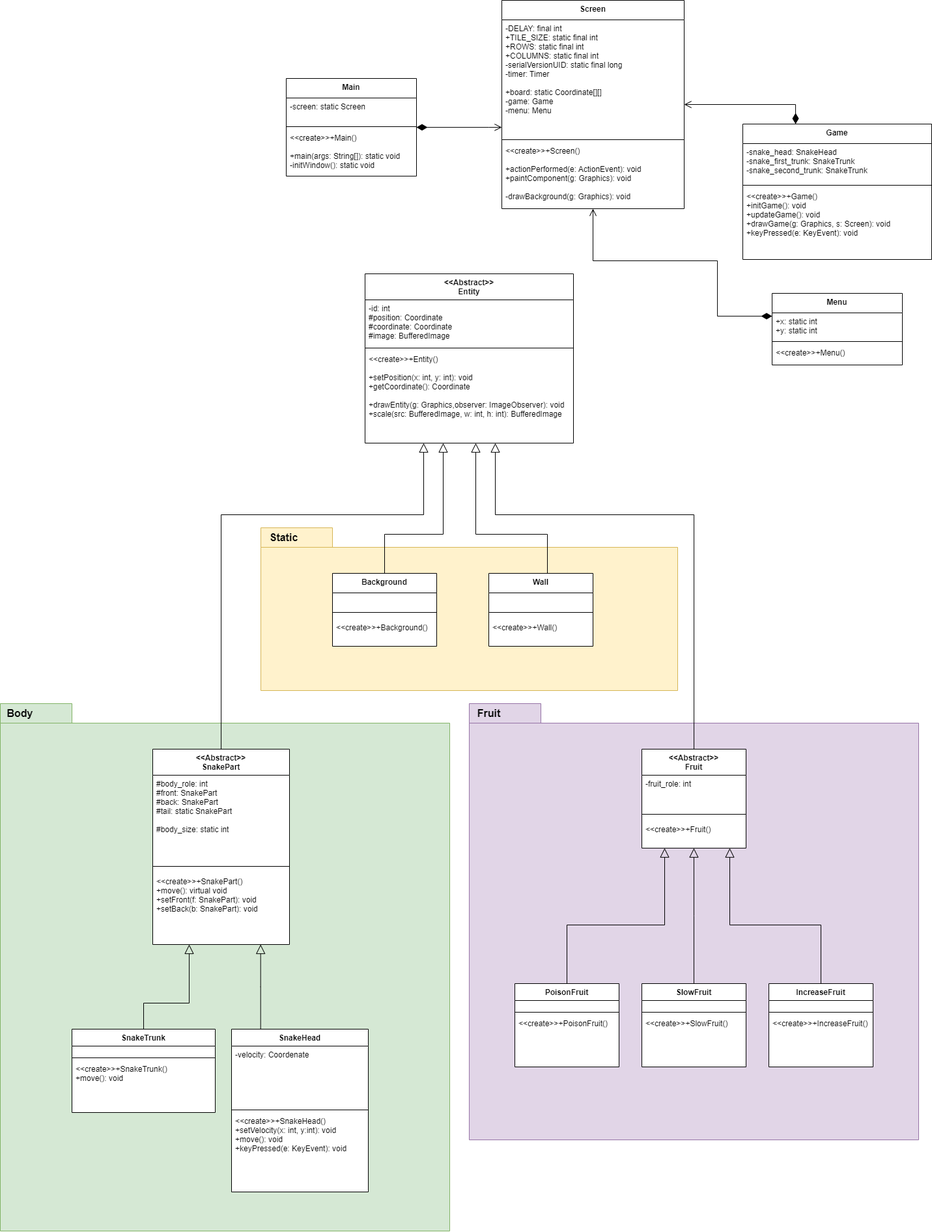
Earlier version of the draw.io export snake-game-uml.drawio.png (daniapc/snake-game). Source tidied: cells renumbered, new cells last; positions are measured from the earlier drawing's top-left corner, leaving out a move shared by most shapes.
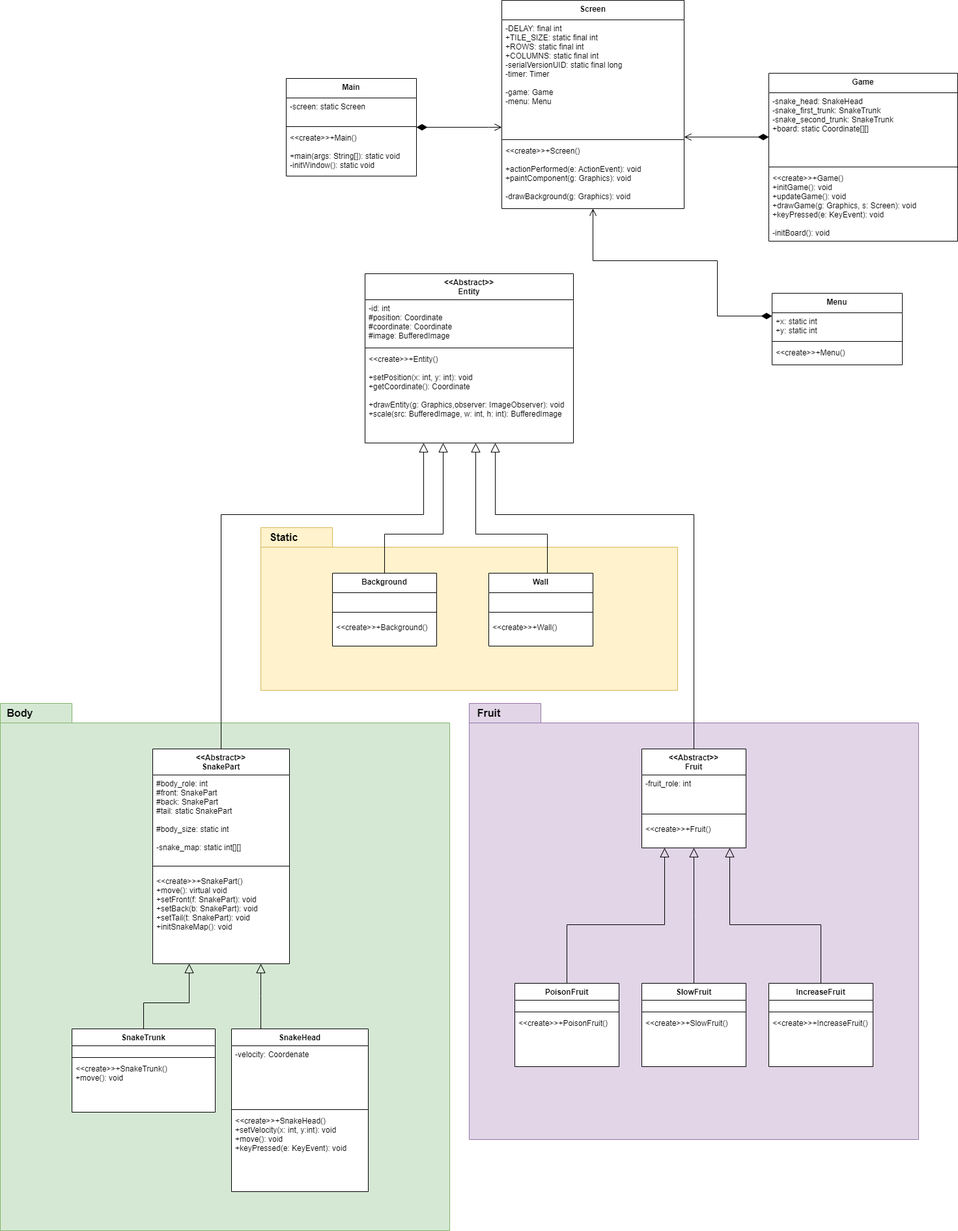
Later version of the same file.

Commit message:
Creating Snake Map

The edit, as a diff of the source:
```diff
@@ -18,16 +18,16 @@
       <mxGeometry y="118" width="320" height="142" as="geometry" />
     </mxCell>
     <mxCell id="7" value="&lt;&lt;Abstract&gt;&gt;&#10;SnakePart" style="swimlane;fontStyle=1;align=center;verticalAlign=top;horizontal=1;startSize=40;gradientColor=none;swimlaneFillColor=default;" parent="1" vertex="1">
-      <mxGeometry x="234" y="1150" width="210" height="300" as="geometry" />
+      <mxGeometry x="234" y="1150" width="210" height="330" as="geometry" />
     </mxCell>
-    <mxCell id="8" value="#body_role: int&#10;#front: SnakePart&#10;#back: SnakePart&#10;#tail: static SnakePart&#10;&#10;#body_size: static int&#10;" style="text;align=left;verticalAlign=top;spacingLeft=4;spacingRight=4;overflow=hidden;" parent="7" vertex="1">
+    <mxCell id="8" value="#body_role: int&#10;#front: SnakePart&#10;#back: SnakePart&#10;#tail: static SnakePart&#10;&#10;#body_size: static int&#10;&#10;-snake_map: static int[][]" style="text;align=left;verticalAlign=top;spacingLeft=4;spacingRight=4;overflow=hidden;" parent="7" vertex="1">
       <mxGeometry y="40" width="210" height="130" as="geometry" />
     </mxCell>
     <mxCell id="9" style="line;strokeWidth=1;fillColor=none;align=left;verticalAlign=middle;spacingTop=-1;spacingLeft=3;spacingRight=3;labelPosition=right;" parent="7" vertex="1">
       <mxGeometry y="170" width="210" height="20" as="geometry" />
     </mxCell>
-    <mxCell id="10" value="&lt;&lt;create&gt;&gt;+SnakePart()&#10;+move(): virtual void&#10;+setFront(f: SnakePart): void&#10;+setBack(b: SnakePart): void" style="text;strokeColor=none;fillColor=none;align=left;verticalAlign=top;spacingLeft=4;spacingRight=4;overflow=hidden;points=[[0,0.5],[1,0.5]];portConstraint=eastwest;" parent="7" vertex="1">
-      <mxGeometry y="190" width="210" height="110" as="geometry" />
+    <mxCell id="10" value="&lt;&lt;create&gt;&gt;+SnakePart()&#10;+move(): virtual void&#10;+setFront(f: SnakePart): void&#10;+setBack(b: SnakePart): void&#10;+setTail(t: SnakePart): void&#10;+initSnakeMap(): void" style="text;strokeColor=none;fillColor=none;align=left;verticalAlign=top;spacingLeft=4;spacingRight=4;overflow=hidden;points=[[0,0.5],[1,0.5]];portConstraint=eastwest;" parent="7" vertex="1">
+      <mxGeometry y="190" width="210" height="140" as="geometry" />
     </mxCell>
     <mxCell id="11" value="SnakeHead" style="swimlane;fontStyle=1;align=center;verticalAlign=top;horizontal=1;startSize=26;swimlaneFillColor=default;" parent="1" vertex="1">
       <mxGeometry x="355" y="1580" width="210" height="250" as="geometry" />
@@ -220,7 +220,7 @@
     <mxCell id="61" value="Screen" style="swimlane;fontStyle=1;align=center;verticalAlign=top;horizontal=1;startSize=30;swimlaneFillColor=default;" parent="1" vertex="1">
       <mxGeometry x="770" width="280" height="320" as="geometry" />
     </mxCell>
-    <mxCell id="62" value="-DELAY: final int&#10;+TILE_SIZE: static final int&#10;+ROWS: static final int&#10;+COLUMNS: static final int&#10;-serialVersionUID: static final long&#10;-timer: Timer&#10;&#10;+board: static Coordinate[][]&#10;-game: Game&#10;-menu: Menu" style="text;strokeColor=none;fillColor=none;align=left;verticalAlign=top;spacingLeft=4;spacingRight=4;overflow=hidden;points=[[0,0.5],[1,0.5]];portConstraint=eastwest;" parent="61" vertex="1">
+    <mxCell id="62" value="-DELAY: final int&#10;+TILE_SIZE: static final int&#10;+ROWS: static final int&#10;+COLUMNS: static final int&#10;-serialVersionUID: static final long&#10;-timer: Timer&#10;&#10;-game: Game&#10;-menu: Menu" style="text;strokeColor=none;fillColor=none;align=left;verticalAlign=top;spacingLeft=4;spacingRight=4;overflow=hidden;points=[[0,0.5],[1,0.5]];portConstraint=eastwest;" parent="61" vertex="1">
       <mxGeometry y="30" width="280" height="180" as="geometry" />
     </mxCell>
     <mxCell id="63" style="line;strokeWidth=1;fillColor=none;align=left;verticalAlign=middle;spacingTop=-1;spacingLeft=3;spacingRight=3;labelPosition=right;" parent="61" vertex="1">
@@ -238,16 +238,16 @@
       </mxGeometry>
     </mxCell>
     <mxCell id="66" value="Game" style="swimlane;fontStyle=1;align=center;verticalAlign=top;horizontal=1;startSize=30;swimlaneFillColor=default;" parent="1" vertex="1">
-      <mxGeometry x="1140" y="190" width="290" height="208" as="geometry" />
+      <mxGeometry x="1180" y="112" width="290" height="258" as="geometry" />
     </mxCell>
-    <mxCell id="67" value="-snake_head: SnakeHead&#10;-snake_first_trunk: SnakeTrunk&#10;-snake_second_trunk: SnakeTrunk" style="text;strokeColor=none;fillColor=none;align=left;verticalAlign=top;spacingLeft=4;spacingRight=4;overflow=hidden;" parent="66" vertex="1">
-      <mxGeometry y="30" width="290" height="60" as="geometry" />
+    <mxCell id="67" value="-snake_head: SnakeHead&#10;-snake_first_trunk: SnakeTrunk&#10;-snake_second_trunk: SnakeTrunk&#10;+board: static Coordinate[][]" style="text;strokeColor=none;fillColor=none;align=left;verticalAlign=top;spacingLeft=4;spacingRight=4;overflow=hidden;" parent="66" vertex="1">
+      <mxGeometry y="30" width="290" height="110" as="geometry" />
     </mxCell>
     <mxCell id="68" style="line;strokeWidth=1;fillColor=none;align=left;verticalAlign=middle;spacingTop=-1;spacingLeft=3;spacingRight=3;labelPosition=right;" parent="66" vertex="1">
-      <mxGeometry y="90" width="290" height="8" as="geometry" />
+      <mxGeometry y="140" width="290" height="8" as="geometry" />
     </mxCell>
-    <mxCell id="69" value="&lt;&lt;create&gt;&gt;+Game()&#10;+initGame(): void&#10;+updateGame(): void&#10;+drawGame(g: Graphics, s: Screen): void&#10;+keyPressed(e: KeyEvent): void" style="text;strokeColor=none;fillColor=none;align=left;verticalAlign=top;spacingLeft=4;spacingRight=4;overflow=hidden;" parent="66" vertex="1">
-      <mxGeometry y="98" width="290" height="110" as="geometry" />
+    <mxCell id="69" value="&lt;&lt;create&gt;&gt;+Game()&#10;+initGame(): void&#10;+updateGame(): void&#10;+drawGame(g: Graphics, s: Screen): void&#10;+keyPressed(e: KeyEvent): void&#10;&#10;-initBoard(): void" style="text;strokeColor=none;fillColor=none;align=left;verticalAlign=top;spacingLeft=4;spacingRight=4;overflow=hidden;" parent="66" vertex="1">
+      <mxGeometry y="148" width="290" height="110" as="geometry" />
     </mxCell>
     <mxCell id="70" value="Menu" style="swimlane;fontStyle=1;align=center;verticalAlign=top;horizontal=1;startSize=30;swimlaneFillColor=default;" parent="1" vertex="1">
       <mxGeometry x="1185" y="450" width="200" height="110" as="geometry" />
```
